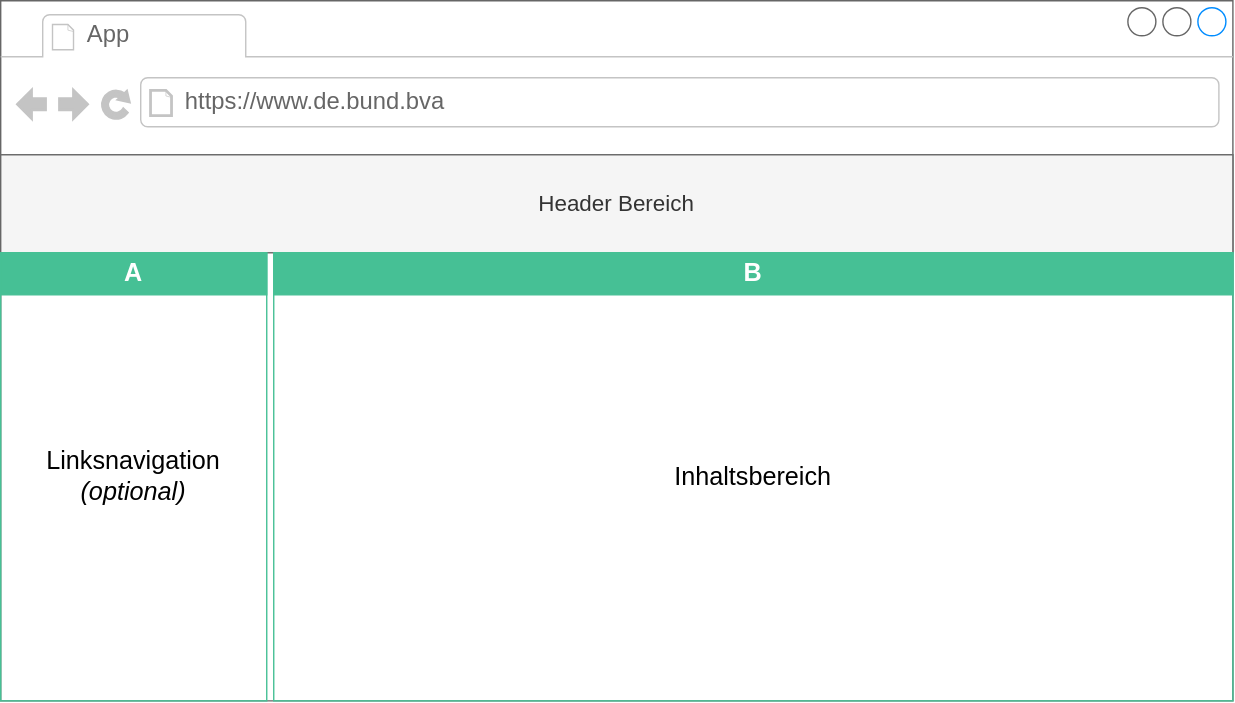
The draw.io diagram isy-bedienkonzept-doc/modules/ROOT/images/applikationsseite.wireframe.drawio.svg in IsyFact/isy-bedienkonzept, before a commit. Source tidied: cells renumbered, new cells last; positions are measured from the earlier drawing's top-left corner, leaving out a move shared by most shapes. Its diagram source:
```xml
<mxGraphModel>
  <root>
    <mxCell id="0" />
    <mxCell id="1" parent="0" />
    <mxCell id="2" style="strokeWidth=1;shadow=0;dashed=0;align=center;html=1;shape=mxgraph.mockup.containers.browserWindow;rSize=0;strokeColor=#666666;strokeColor2=#008cff;strokeColor3=#c4c4c4;mainText=,;" parent="1" vertex="1">
      <mxGeometry width="880" height="500" as="geometry" />
    </mxCell>
    <mxCell id="3" value="App" style="strokeWidth=1;shadow=0;dashed=0;align=center;html=1;shape=mxgraph.mockup.containers.anchor;fontSize=17;fontColor=#666666;align=left;" parent="2" vertex="1">
      <mxGeometry x="60" y="12" width="110" height="26" as="geometry" />
    </mxCell>
    <mxCell id="4" value="https://www.de.bund.bva" style="strokeWidth=1;shadow=0;dashed=0;align=center;html=1;shape=mxgraph.mockup.containers.anchor;rSize=0;fontSize=17;fontColor=#666666;align=left;" parent="2" vertex="1">
      <mxGeometry x="130" y="60" width="250" height="26" as="geometry" />
    </mxCell>
    <mxCell id="5" value="Header Bereich" style="rounded=0;whiteSpace=wrap;html=1;fillColor=#f5f5f5;fontColor=#333333;strokeColor=#666666;fontSize=16;" parent="2" vertex="1">
      <mxGeometry y="110" width="880" height="70" as="geometry" />
    </mxCell>
    <mxCell id="6" value="Linksnavigation&lt;br&gt;&lt;i&gt;(optional)&lt;/i&gt;" style="rounded=0;whiteSpace=wrap;html=1;fontSize=18;fontColor=#000000;fillColor=none;strokeColor=#46C095;" parent="2" vertex="1">
      <mxGeometry y="180" width="190" height="320" as="geometry" />
    </mxCell>
    <mxCell id="7" value="&lt;span style=&quot;font-weight: 700;&quot;&gt;A&lt;/span&gt;" style="rounded=0;whiteSpace=wrap;html=1;strokeColor=#46C095;fontSize=18;fontColor=#FFFFFF;fillColor=#46C095;" parent="2" vertex="1">
      <mxGeometry y="180" width="190" height="30" as="geometry" />
    </mxCell>
    <mxCell id="8" value="Inhaltsbereich" style="rounded=0;whiteSpace=wrap;html=1;fontSize=18;fontColor=#000000;fillColor=none;strokeColor=#46C095;" parent="2" vertex="1">
      <mxGeometry x="195" y="180" width="685" height="320" as="geometry" />
    </mxCell>
    <mxCell id="9" value="&lt;b&gt;B&lt;/b&gt;" style="rounded=0;whiteSpace=wrap;html=1;strokeColor=#46C095;fontSize=18;fontColor=#FFFFFF;fillColor=#46C095;" parent="2" vertex="1">
      <mxGeometry x="195" y="180" width="685" height="30" as="geometry" />
    </mxCell>
  </root>
</mxGraphModel>
```
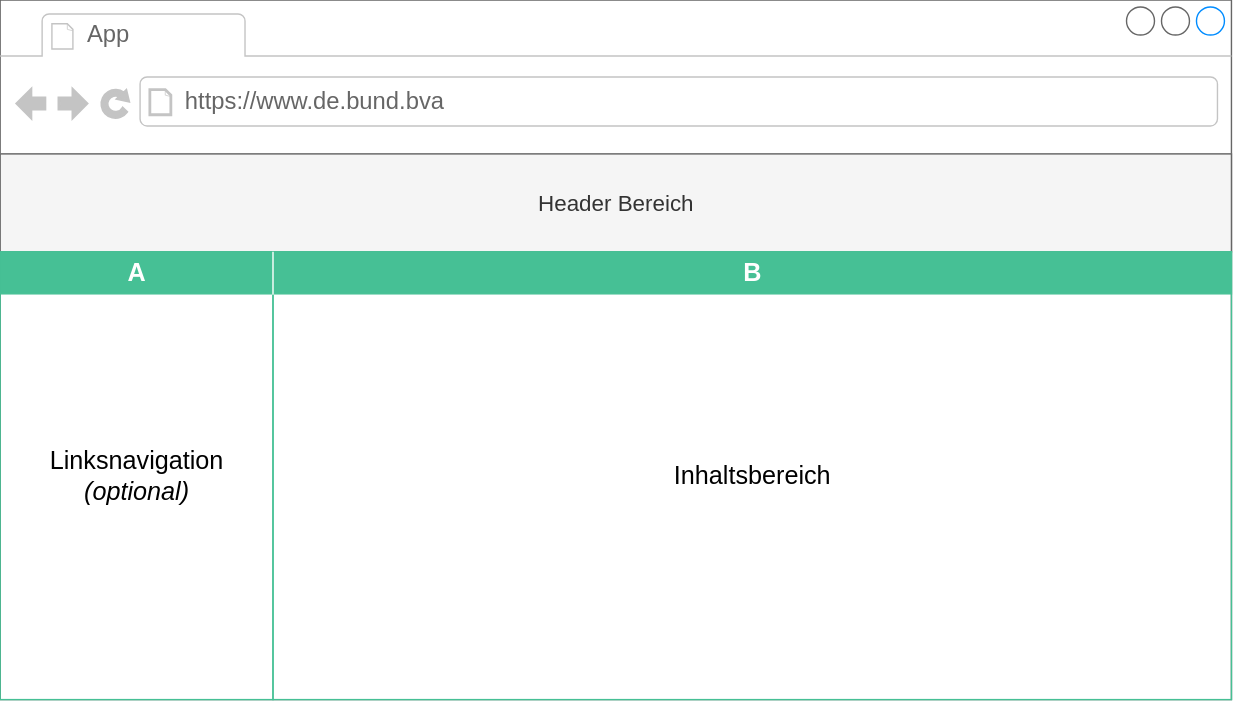
After the change.

Commit message:
docs: IFS-2989 replace application detail page structure images with wireframe and update references

Diff of the diagram source:
```diff
@@ -15,10 +15,10 @@
       <mxGeometry y="110" width="880" height="70" as="geometry" />
     </mxCell>
     <mxCell id="6" value="Linksnavigation&lt;br&gt;&lt;i&gt;(optional)&lt;/i&gt;" style="rounded=0;whiteSpace=wrap;html=1;fontSize=18;fontColor=#000000;fillColor=none;strokeColor=#46C095;" parent="2" vertex="1">
-      <mxGeometry y="180" width="190" height="320" as="geometry" />
+      <mxGeometry y="180" width="195" height="320" as="geometry" />
     </mxCell>
     <mxCell id="7" value="&lt;span style=&quot;font-weight: 700;&quot;&gt;A&lt;/span&gt;" style="rounded=0;whiteSpace=wrap;html=1;strokeColor=#46C095;fontSize=18;fontColor=#FFFFFF;fillColor=#46C095;" parent="2" vertex="1">
-      <mxGeometry y="180" width="190" height="30" as="geometry" />
+      <mxGeometry y="180" width="195" height="30" as="geometry" />
     </mxCell>
     <mxCell id="8" value="Inhaltsbereich" style="rounded=0;whiteSpace=wrap;html=1;fontSize=18;fontColor=#000000;fillColor=none;strokeColor=#46C095;" parent="2" vertex="1">
       <mxGeometry x="195" y="180" width="685" height="320" as="geometry" />
@@ -26,5 +26,8 @@
     <mxCell id="9" value="&lt;b&gt;B&lt;/b&gt;" style="rounded=0;whiteSpace=wrap;html=1;strokeColor=#46C095;fontSize=18;fontColor=#FFFFFF;fillColor=#46C095;" parent="2" vertex="1">
       <mxGeometry x="195" y="180" width="685" height="30" as="geometry" />
     </mxCell>
+    <mxCell id="10" style="endArrow=none;html=1;rounded=0;strokeColor=#FFFFFF;entryX=0;entryY=0;entryDx=0;entryDy=0;exitX=0;exitY=0.096;exitDx=0;exitDy=0;exitPerimeter=0;" parent="2" edge="1" source="8" target="9">
+      <mxGeometry relative="1" as="geometry" />
+    </mxCell>
   </root>
 </mxGraphModel>
```
